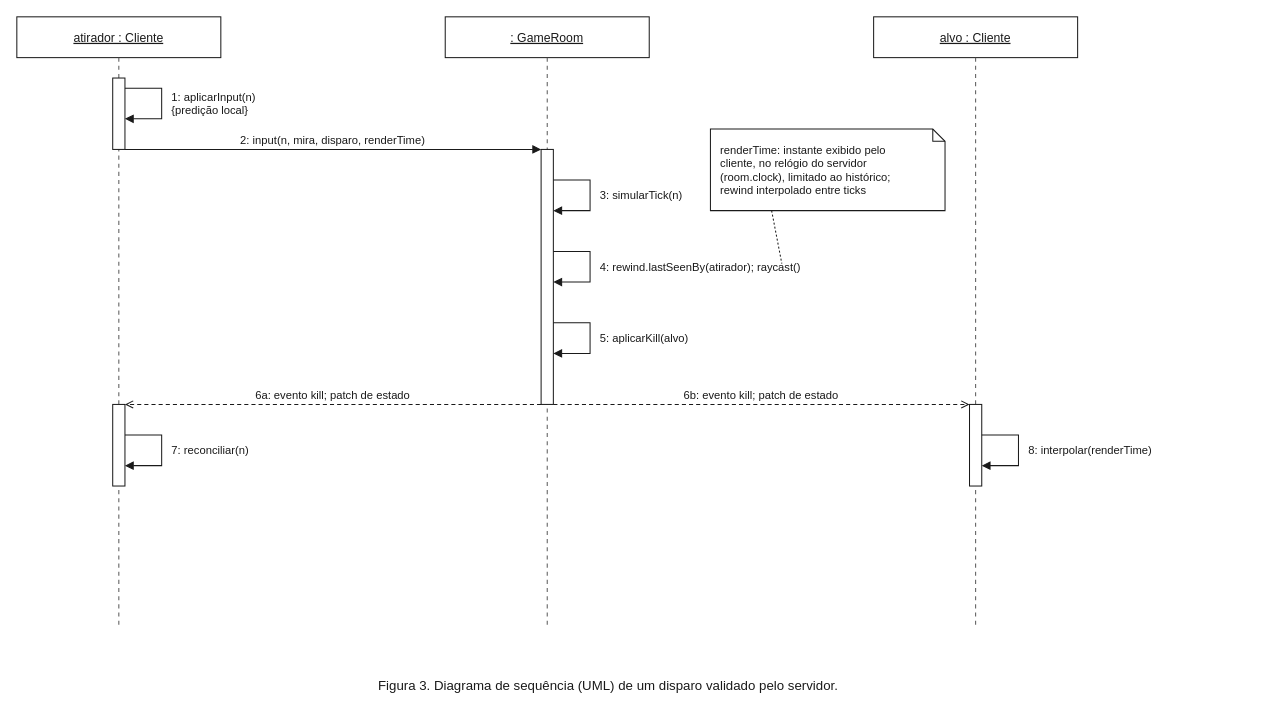
This is page "Figura 3. Sequência de um disparo" (3 of 4) of docs/rede/arquitetura-de-rede.drawio from Evolutionary-Coders/shobu, a draw.io file, before an edit. Source tidied: cells renumbered, new cells numbered last; positions are measured from the earlier drawing's top-left corner, leaving out a move shared by most shapes. Both pictures are drawn from the tidied source at 102%, with x=0, y=0 at pixel (16, 16).
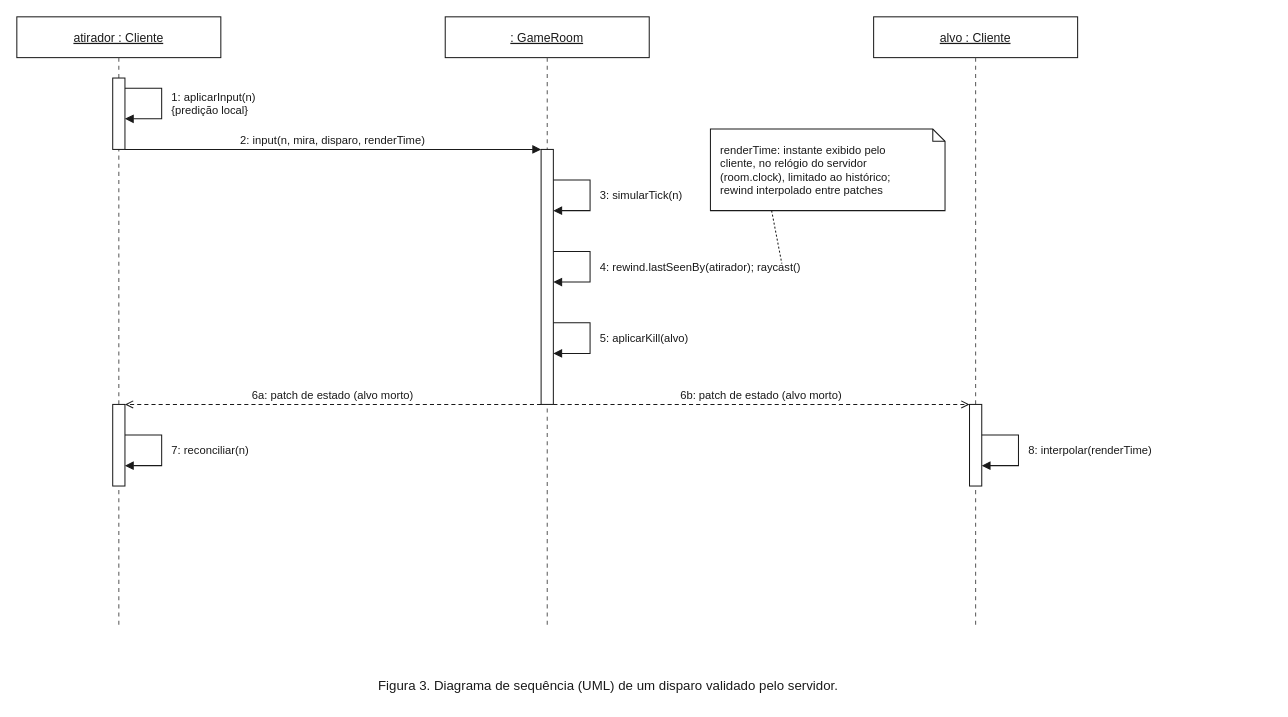
The same diagram, later.

Change to the diagram source:
```diff
@@
-    <mxCell id="19" value="6a: evento kill; patch de estado" style="rounded=0;labelBackgroundColor=none;fontFamily=Helvetica;fontSize=12;fontColor=#1a1a1a;html=0;fontSize=11;edgeStyle=none;strokeColor=#1a1a1a;strokeWidth=1;verticalAlign=bottom;dashed=1;dashPattern=4 3;endArrow=open;endFill=0;" parent="1" edge="1">
+    <mxCell id="19" value="6a: patch de estado (alvo morto)" style="rounded=0;labelBackgroundColor=none;fontFamily=Helvetica;fontSize=12;fontColor=#1a1a1a;html=0;fontSize=11;edgeStyle=none;strokeColor=#1a1a1a;strokeWidth=1;verticalAlign=bottom;dashed=1;dashPattern=4 3;endArrow=open;endFill=0;" parent="1" edge="1">
       <mxGeometry relative="1" as="geometry">
         <mxPoint x="514" y="380" as="sourcePoint" />
         <mxPoint x="106" y="380" as="targetPoint" />
       </mxGeometry>
     </mxCell>
-    <mxCell id="20" value="6b: evento kill; patch de estado" style="rounded=0;labelBackgroundColor=none;fontFamily=Helvetica;fontSize=12;fontColor=#1a1a1a;html=0;fontSize=11;edgeStyle=none;strokeColor=#1a1a1a;strokeWidth=1;verticalAlign=bottom;dashed=1;dashPattern=4 3;endArrow=open;endFill=0;" parent="1" edge="1">
+    <mxCell id="20" value="6b: patch de estado (alvo morto)" style="rounded=0;labelBackgroundColor=none;fontFamily=Helvetica;fontSize=12;fontColor=#1a1a1a;html=0;fontSize=11;edgeStyle=none;strokeColor=#1a1a1a;strokeWidth=1;verticalAlign=bottom;dashed=1;dashPattern=4 3;endArrow=open;endFill=0;" parent="1" edge="1">
       <mxGeometry relative="1" as="geometry">
         <mxPoint x="526" y="380" as="sourcePoint" />
         <mxPoint x="934" y="380" as="targetPoint" />
       </mxGeometry>
     </mxCell>
@@
-    <mxCell id="27" value="renderTime: instante exibido pelo&#10;cliente, no relógio do servidor&#10;(room.clock), limitado ao histórico;&#10;rewind interpolado entre ticks" style="shape=note;size=12;fillColor=none;strokeColor=#1a1a1a;align=left;spacingLeft=8;fontFamily=Helvetica;fontSize=12;fontColor=#1a1a1a;html=0;fontSize=11;" parent="1" vertex="1">
+    <mxCell id="27" value="renderTime: instante exibido pelo&#10;cliente, no relógio do servidor&#10;(room.clock), limitado ao histórico;&#10;rewind interpolado entre patches" style="shape=note;size=12;fillColor=none;strokeColor=#1a1a1a;align=left;spacingLeft=8;fontFamily=Helvetica;fontSize=12;fontColor=#1a1a1a;html=0;fontSize=11;" parent="1" vertex="1">
       <mxGeometry x="680" y="110" width="230" height="80" as="geometry" />
     </mxCell>
```
